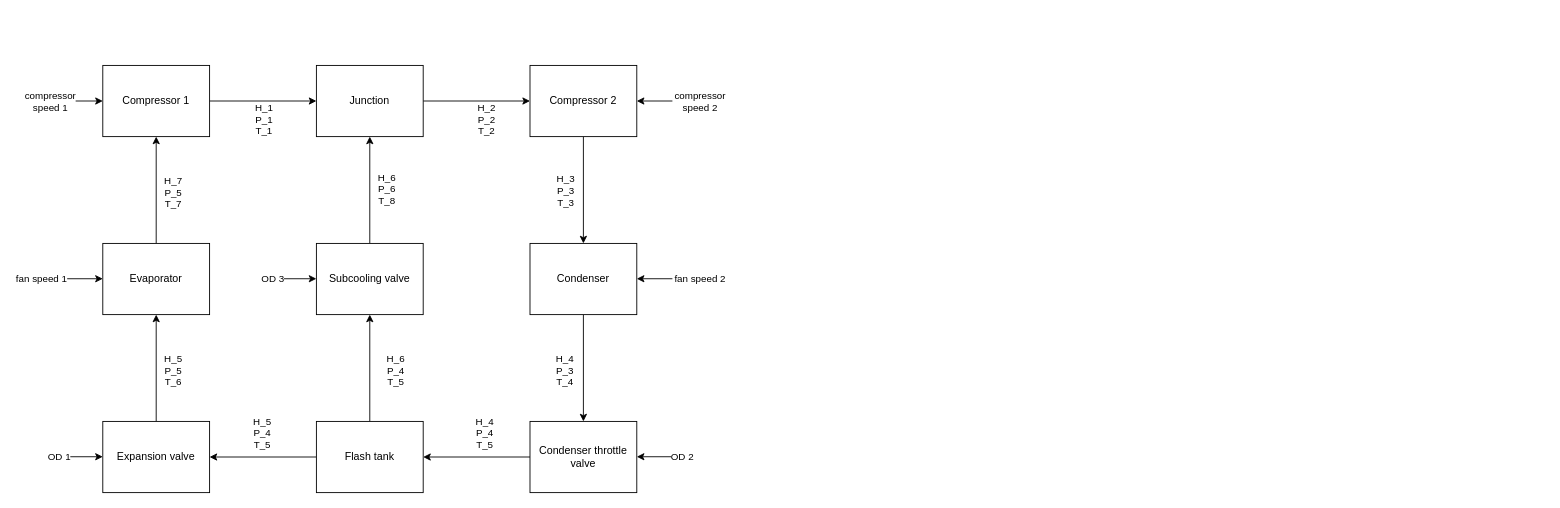
Earlier version of the draw.io diagram Graphics/Block Diagram.drawio (kasperlaustsen/CA8_Writings). Source tidied: cells renumbered, new cells numbered last; positions are measured from the earlier drawing's top-left corner, leaving out a move shared by most shapes. Both pictures are drawn from the tidied source at 89%, with x=0, y=0 at pixel (67, 65).
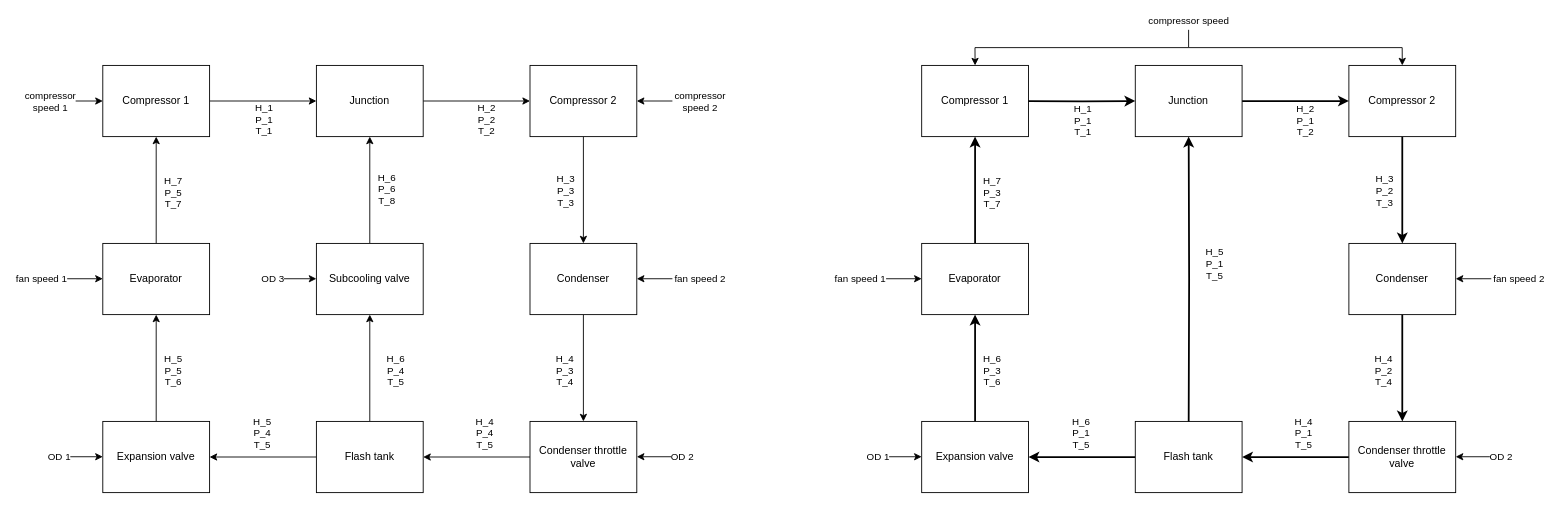
Above is the later version.

Commit message (it also covers changes not shown here):
Update legends in condenser

The edit, as a diff of the source:
```diff
@@
+    <mxCell id="45" value="Compressor 1" style="rounded=0;whiteSpace=wrap;html=1;" parent="1" vertex="1">
+      <mxGeometry x="960.1" width="120" height="80" as="geometry" />
+    </mxCell>
+    <mxCell id="46" style="edgeStyle=orthogonalEdgeStyle;rounded=0;jettySize=auto;html=1;strokeWidth=2;" parent="1" edge="1" source="47" target="49">
+      <mxGeometry relative="1" as="geometry" />
+    </mxCell>
+    <mxCell id="47" value="&lt;span&gt;Compressor 2&lt;/span&gt;" style="rounded=0;whiteSpace=wrap;html=1;" parent="1" vertex="1">
+      <mxGeometry x="1440.1" width="120" height="80" as="geometry" />
+    </mxCell>
+    <mxCell id="48" style="edgeStyle=orthogonalEdgeStyle;rounded=0;jettySize=auto;html=1;entryX=0.5;entryY=0;entryDx=0;entryDy=0;strokeWidth=2;" parent="1" edge="1" source="49" target="51">
+      <mxGeometry relative="1" as="geometry" />
+    </mxCell>
+    <mxCell id="49" value="Condenser" style="rounded=0;whiteSpace=wrap;html=1;" parent="1" vertex="1">
+      <mxGeometry x="1440.1" y="200" width="120" height="80" as="geometry" />
+    </mxCell>
+    <mxCell id="50" style="edgeStyle=orthogonalEdgeStyle;rounded=0;jettySize=auto;html=1;entryX=1;entryY=0.5;entryDx=0;entryDy=0;strokeWidth=2;" parent="1" edge="1" source="51" target="53">
+      <mxGeometry relative="1" as="geometry" />
+    </mxCell>
+    <mxCell id="51" value="Condenser throttle valve" style="rounded=0;whiteSpace=wrap;html=1;" parent="1" vertex="1">
+      <mxGeometry x="1440.1" y="400" width="120" height="80" as="geometry" />
+    </mxCell>
+    <mxCell id="52" style="edgeStyle=orthogonalEdgeStyle;rounded=0;jettySize=auto;html=1;entryX=1;entryY=0.5;entryDx=0;entryDy=0;strokeWidth=2;" parent="1" edge="1" source="53" target="57">
+      <mxGeometry relative="1" as="geometry" />
+    </mxCell>
+    <mxCell id="53" value="Flash tank" style="rounded=0;whiteSpace=wrap;html=1;" parent="1" vertex="1">
+      <mxGeometry x="1200.1" y="400" width="120" height="80" as="geometry" />
+    </mxCell>
+    <mxCell id="54" style="edgeStyle=orthogonalEdgeStyle;rounded=0;jettySize=auto;html=1;entryX=0.5;entryY=1;entryDx=0;entryDy=0;strokeWidth=2;" parent="1" edge="1" source="55" target="45">
+      <mxGeometry relative="1" as="geometry" />
+    </mxCell>
+    <mxCell id="55" value="Evaporator" style="rounded=0;whiteSpace=wrap;html=1;" parent="1" vertex="1">
+      <mxGeometry x="960.1" y="200" width="120" height="80" as="geometry" />
+    </mxCell>
+    <mxCell id="56" style="edgeStyle=orthogonalEdgeStyle;rounded=0;jettySize=auto;html=1;entryX=0.5;entryY=1;entryDx=0;entryDy=0;strokeWidth=2;" parent="1" edge="1" source="57" target="55">
+      <mxGeometry relative="1" as="geometry" />
+    </mxCell>
+    <mxCell id="57" value="Expansion valve" style="rounded=0;whiteSpace=wrap;html=1;" parent="1" vertex="1">
+      <mxGeometry x="960.1" y="400" width="120" height="80" as="geometry" />
+    </mxCell>
+    <mxCell id="58" value="H_3&lt;br&gt;P_2&lt;br&gt;T_3" style="edgeLabel;html=1;align=center;verticalAlign=middle;" parent="1" vertex="1">
+      <mxGeometry x="1480.1" y="140" as="geometry">
+        <mxPoint x="-1" as="offset" />
+      </mxGeometry>
+    </mxCell>
+    <mxCell id="59" value="H_4&lt;br&gt;P_2&lt;br&gt;T_4" style="edgeLabel;html=1;align=center;verticalAlign=middle;" parent="1" vertex="1">
+      <mxGeometry x="1480.1" y="340" as="geometry">
+        <mxPoint x="-2" y="2" as="offset" />
+      </mxGeometry>
+    </mxCell>
+    <mxCell id="60" value="H_4&lt;br&gt;P_1&lt;br&gt;T_5" style="edgeLabel;html=1;align=center;verticalAlign=middle;" parent="1" vertex="1">
+      <mxGeometry x="1390.1" y="410" as="geometry">
+        <mxPoint x="-2" y="2" as="offset" />
+      </mxGeometry>
+    </mxCell>
+    <mxCell id="61" value="H_6&lt;br&gt;P_1&lt;br&gt;T_5" style="edgeLabel;html=1;align=center;verticalAlign=middle;" parent="1" vertex="1">
+      <mxGeometry x="1140.1" y="410" as="geometry">
+        <mxPoint x="-2" y="2" as="offset" />
+      </mxGeometry>
+    </mxCell>
+    <mxCell id="62" value="H_6&lt;br&gt;P_3&lt;br&gt;T_6" style="edgeLabel;html=1;align=center;verticalAlign=middle;" parent="1" vertex="1">
+      <mxGeometry x="1040.1" y="340" as="geometry">
+        <mxPoint x="-2" y="2" as="offset" />
+      </mxGeometry>
+    </mxCell>
+    <mxCell id="63" value="H_7&lt;br&gt;P_3&lt;br&gt;T_7" style="edgeLabel;html=1;align=center;verticalAlign=middle;" parent="1" vertex="1">
+      <mxGeometry x="1040.1" y="140" as="geometry">
+        <mxPoint x="-2" y="2" as="offset" />
+      </mxGeometry>
+    </mxCell>
+    <mxCell id="64" style="endArrow=classic;html=1;rounded=0;entryX=0;entryY=0.5;entryDx=0;entryDy=0;" parent="1" edge="1">
+      <mxGeometry relative="1" as="geometry">
+        <mxPoint x="920.1" y="239.7" as="sourcePoint" />
+        <mxPoint x="960.1" y="239.7" as="targetPoint" />
+      </mxGeometry>
+    </mxCell>
+    <mxCell id="65" value="fan speed 1" style="edgeLabel;html=1;align=center;verticalAlign=middle;" parent="64" vertex="1">
+      <mxGeometry x="-0.46" y="-1" relative="1" as="geometry">
+        <mxPoint x="-41" y="-1" as="offset" />
+      </mxGeometry>
+    </mxCell>
+    <mxCell id="66" style="endArrow=classic;html=1;rounded=0;entryX=1;entryY=0.5;entryDx=0;entryDy=0;" parent="1" edge="1">
+      <mxGeometry relative="1" as="geometry">
+        <mxPoint x="1600.1" y="239.7" as="sourcePoint" />
+        <mxPoint x="1560.1" y="239.7" as="targetPoint" />
+      </mxGeometry>
+    </mxCell>
+    <mxCell id="67" value="fan speed 2" style="edgeLabel;html=1;align=center;verticalAlign=middle;" parent="66" vertex="1">
+      <mxGeometry x="-0.46" y="-1" relative="1" as="geometry">
+        <mxPoint x="41" y="1" as="offset" />
+      </mxGeometry>
+    </mxCell>
+    <mxCell id="68" style="endArrow=classic;html=1;rounded=0;entryX=0;entryY=0.5;entryDx=0;entryDy=0;" parent="1" edge="1">
+      <mxGeometry relative="1" as="geometry">
+        <mxPoint x="920.1" y="439.7" as="sourcePoint" />
+        <mxPoint x="960.1" y="439.7" as="targetPoint" />
+      </mxGeometry>
+    </mxCell>
+    <mxCell id="69" value="OD 1" style="edgeLabel;html=1;align=center;verticalAlign=middle;" parent="68" vertex="1">
+      <mxGeometry x="-0.46" y="-1" relative="1" as="geometry">
+        <mxPoint x="-21" y="-1" as="offset" />
+      </mxGeometry>
+    </mxCell>
+    <mxCell id="70" style="endArrow=classic;html=1;rounded=0;entryX=1;entryY=0.5;entryDx=0;entryDy=0;" parent="1" edge="1">
+      <mxGeometry relative="1" as="geometry">
+        <mxPoint x="1600.1" y="439.7" as="sourcePoint" />
+        <mxPoint x="1560.1" y="439.7" as="targetPoint" />
+      </mxGeometry>
+    </mxCell>
+    <mxCell id="71" value="OD 2" style="edgeLabel;html=1;align=center;verticalAlign=middle;" parent="70" vertex="1">
+      <mxGeometry x="-0.46" y="-1" relative="1" as="geometry">
+        <mxPoint x="21" y="1" as="offset" />
+      </mxGeometry>
+    </mxCell>
+    <mxCell id="72" style="endArrow=classic;html=1;rounded=0;entryX=0.5;entryY=0;entryDx=0;entryDy=0;" parent="1" edge="1" target="45">
+      <mxGeometry relative="1" as="geometry">
+        <mxPoint x="1260" y="-20" as="sourcePoint" />
+        <Array as="points">
+          <mxPoint x="1020" y="-20" />
+        </Array>
+      </mxGeometry>
+    </mxCell>
+    <mxCell id="73" style="endArrow=classic;html=1;rounded=0;entryX=0.5;entryY=0;entryDx=0;entryDy=0;" parent="1" edge="1" target="47">
+      <mxGeometry relative="1" as="geometry">
+        <mxPoint x="1260" y="-20" as="sourcePoint" />
+        <Array as="points">
+          <mxPoint x="1500" y="-20" />
+        </Array>
+      </mxGeometry>
+    </mxCell>
+    <mxCell id="74" value="compressor speed" style="edgeStyle=orthogonalEdgeStyle;rounded=0;orthogonalLoop=1;jettySize=auto;html=1;endArrow=none;endFill=0;" parent="1" edge="1">
+      <mxGeometry x="-1" y="-10" relative="1" as="geometry">
+        <mxPoint x="1260" y="-40" as="sourcePoint" />
+        <mxPoint x="1260" y="-20" as="targetPoint" />
+        <mxPoint x="10" y="-10" as="offset" />
+      </mxGeometry>
+    </mxCell>
+    <mxCell id="75" style="edgeStyle=orthogonalEdgeStyle;rounded=0;jettySize=auto;html=1;entryX=0;entryY=0.5;entryDx=0;entryDy=0;strokeWidth=2;" parent="1" edge="1" target="79">
+      <mxGeometry relative="1" as="geometry">
+        <mxPoint x="1080.1" y="40" as="sourcePoint" />
+      </mxGeometry>
+    </mxCell>
+    <mxCell id="76" value="H_1&lt;br&gt;P_1&lt;br&gt;T_1" style="edgeLabel;html=1;align=center;verticalAlign=middle;" parent="75" vertex="1">
+      <mxGeometry x="-0.62" y="-1" relative="1" as="geometry">
+        <mxPoint x="37" y="20" as="offset" />
+      </mxGeometry>
+    </mxCell>
+    <mxCell id="77" style="edgeStyle=orthogonalEdgeStyle;rounded=0;jettySize=auto;html=1;entryX=0.5;entryY=1;entryDx=0;entryDy=0;strokeWidth=2;" parent="1" edge="1" target="79">
+      <mxGeometry relative="1" as="geometry">
+        <mxPoint x="1260.1" y="400" as="sourcePoint" />
+      </mxGeometry>
+    </mxCell>
+    <mxCell id="78" style="edgeStyle=orthogonalEdgeStyle;rounded=0;jettySize=auto;html=1;strokeWidth=2;" parent="1" edge="1" source="79">
+      <mxGeometry relative="1" as="geometry">
+        <mxPoint x="1440.1" y="40" as="targetPoint" />
+      </mxGeometry>
+    </mxCell>
+    <mxCell id="79" value="Junction" style="rounded=0;whiteSpace=wrap;html=1;" parent="1" vertex="1">
+      <mxGeometry x="1200.1" width="120" height="80" as="geometry" />
+    </mxCell>
+    <mxCell id="80" value="H_2&lt;br&gt;P_1&lt;br&gt;T_2" style="edgeLabel;html=1;align=center;verticalAlign=middle;" parent="1" vertex="1">
+      <mxGeometry x="1390.1" y="61" as="geometry" />
+    </mxCell>
+    <mxCell id="81" value="H_5&lt;br&gt;P_1&lt;br&gt;T_5" style="edgeLabel;html=1;align=center;verticalAlign=middle;" parent="1" vertex="1">
+      <mxGeometry x="1290.1" y="220" as="geometry">
+        <mxPoint x="-2" y="2" as="offset" />
+      </mxGeometry>
+    </mxCell>
```
